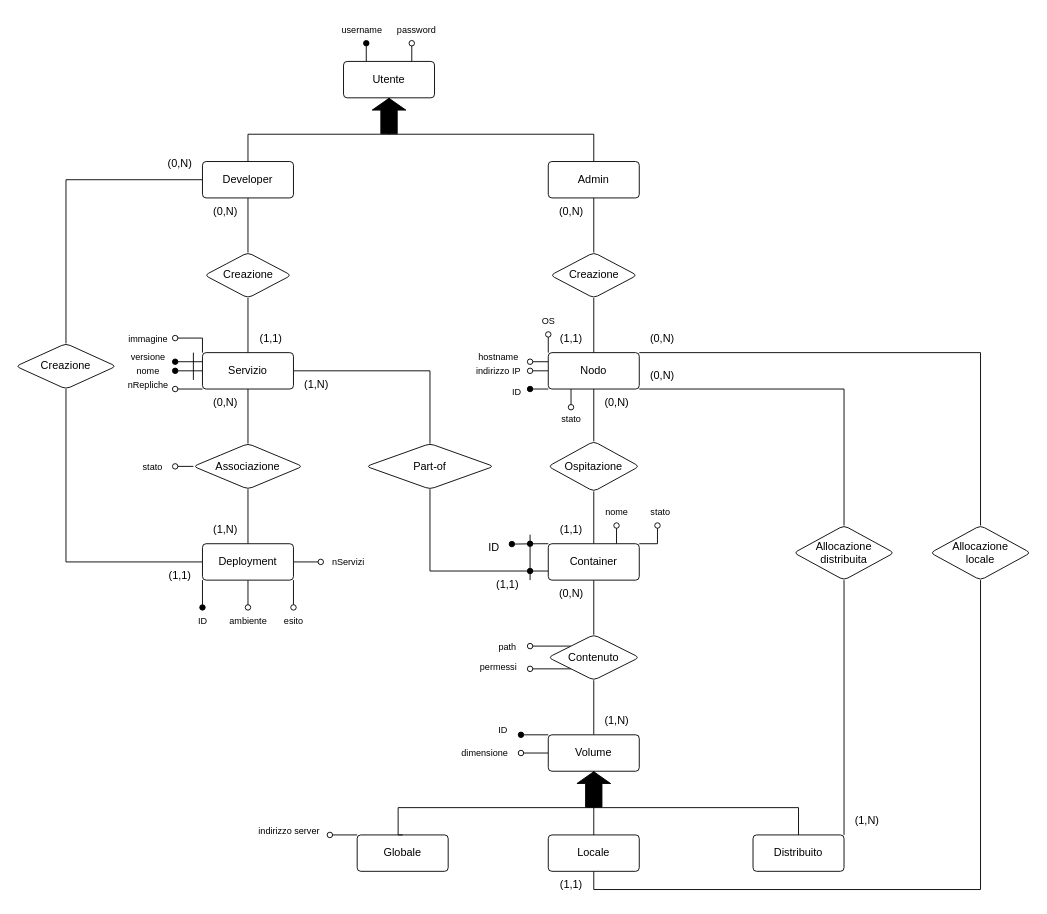
The draw.io diagram ER.drawio in aledinato/Database-Project-SCP4065533, before the edit. Source tidied: cells renumbered, new cells numbered last; positions are measured from the earlier drawing's top-left corner, leaving out a move shared by most shapes. Both pictures are drawn from the tidied source at 91%, with x=0, y=0 at pixel (15, 15).
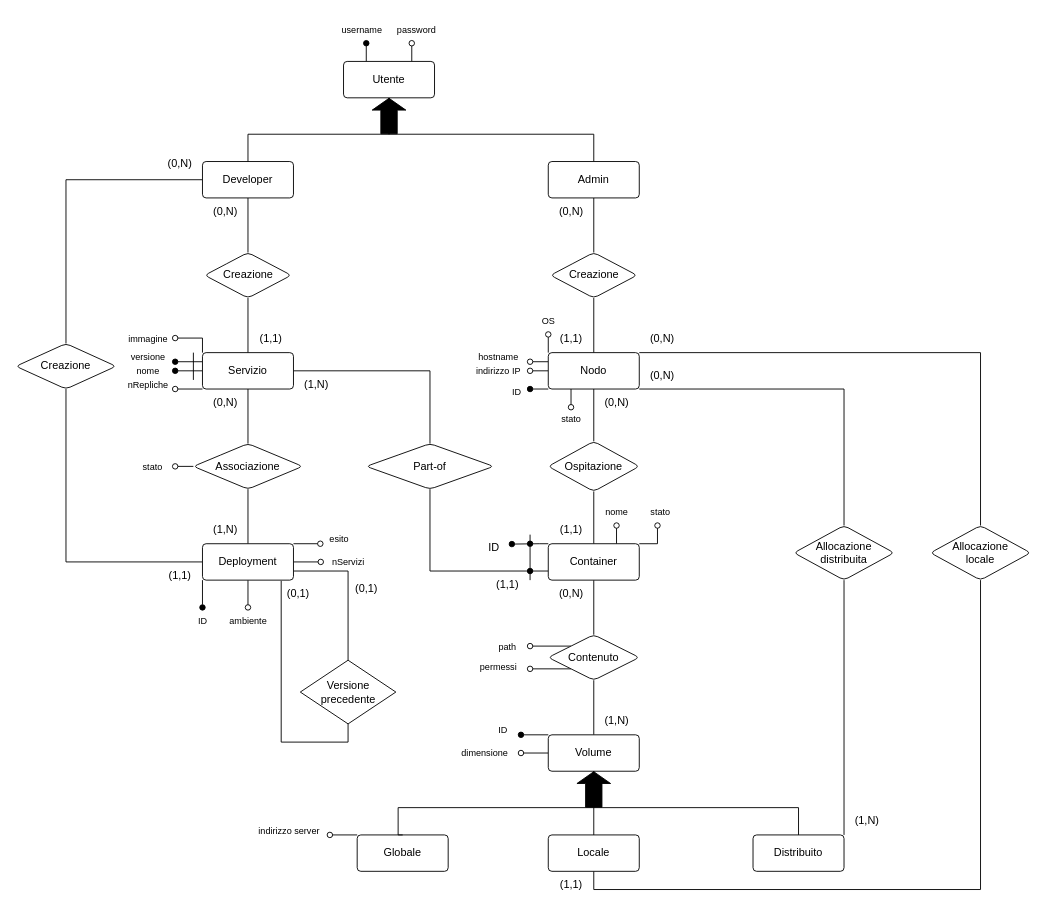
The same diagram, later.

Commit message (it also covers changes not shown here):
- versioning deployment - documentation abstract

The change refers to these unchanged cells:
```xml
<mxCell id="39" value="Deployment" style="rounded=1;arcSize=10;whiteSpace=wrap;html=1;align=center;" parent="1" vertex="1">
  <mxGeometry x="205" y="580" width="100" height="40" as="geometry" />
</mxCell>
```

The edit, as a diff of the source:
```diff
@@
-    <mxCell id="37" style="edgeStyle=orthogonalEdgeStyle;rounded=0;jettySize=auto;html=1;exitX=1;exitY=1;exitDx=0;exitDy=0;endArrow=oval;endFill=0;" parent="1" edge="1" source="39">
-      <mxGeometry relative="1" as="geometry">
-        <mxPoint x="305" y="650" as="targetPoint" />
-      </mxGeometry>
-    </mxCell>
@@
+    <mxCell id="117" style="edgeStyle=orthogonalEdgeStyle;rounded=0;jettySize=auto;html=1;exitX=1;exitY=0.75;exitDx=0;exitDy=0;endArrow=none;startFill=0;" parent="1" edge="1" source="39" target="119">
+      <mxGeometry relative="1" as="geometry" />
+    </mxCell>
+    <mxCell id="118" style="edgeStyle=orthogonalEdgeStyle;rounded=0;jettySize=auto;html=1;exitX=1;exitY=0;exitDx=0;exitDy=0;endArrow=oval;endFill=0;entryX=-0.013;entryY=0.669;entryDx=0;entryDy=0;entryPerimeter=0;" parent="1" edge="1" source="39" target="81">
+      <mxGeometry relative="1" as="geometry" />
+    </mxCell>
@@
     <mxCell id="81" value="esito" style="text;html=1;align=center;verticalAlign=middle;points=[];strokeColor=none;fillColor=none;fontSize=10;" parent="1" vertex="1">
-      <mxGeometry x="285" y="650" width="40" height="30" as="geometry" />
+      <mxGeometry x="335" y="560" width="40" height="30" as="geometry" />
     </mxCell>
@@
+    <mxCell id="119" value="Versione precedente" style="rhombus;whiteSpace=wrap;html=1;" parent="1" vertex="1">
+      <mxGeometry x="312.5" y="708" width="105" height="70" as="geometry" />
+    </mxCell>
+    <mxCell id="120" style="edgeStyle=orthogonalEdgeStyle;rounded=0;jettySize=auto;html=1;exitX=0.5;exitY=1;exitDx=0;exitDy=0;entryX=0.865;entryY=1.019;entryDx=0;entryDy=0;entryPerimeter=0;endArrow=none;startFill=0;" parent="1" edge="1" source="119" target="39">
+      <mxGeometry relative="1" as="geometry" />
+    </mxCell>
+    <mxCell id="121" value="(0,1)" style="text;html=1;align=center;verticalAlign=middle;strokeColor=none;fillColor=none;" parent="1" vertex="1">
+      <mxGeometry x="360" y="615" width="50" height="30" as="geometry" />
+    </mxCell>
+    <mxCell id="122" value="(0,1)" style="text;html=1;align=center;verticalAlign=middle;strokeColor=none;fillColor=none;" parent="1" vertex="1">
+      <mxGeometry x="285" y="620" width="50" height="30" as="geometry" />
+    </mxCell>
```
